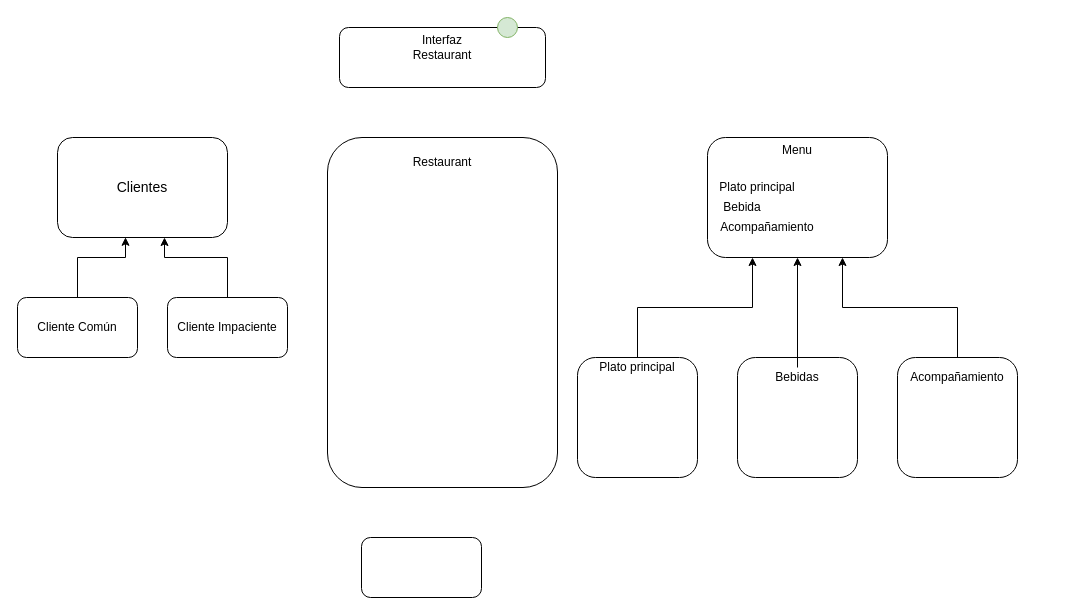
Before: Untitled Diagram.drawio in KevinCordoba/Proyecto_POO_1, a draw.io diagram. Source tidied: cells renumbered, new cells numbered last; positions are measured from the earlier drawing's top-left corner, leaving out a move shared by most shapes. Both pictures are drawn from the tidied source at 100%, with x=0, y=0 at pixel (17, 17).
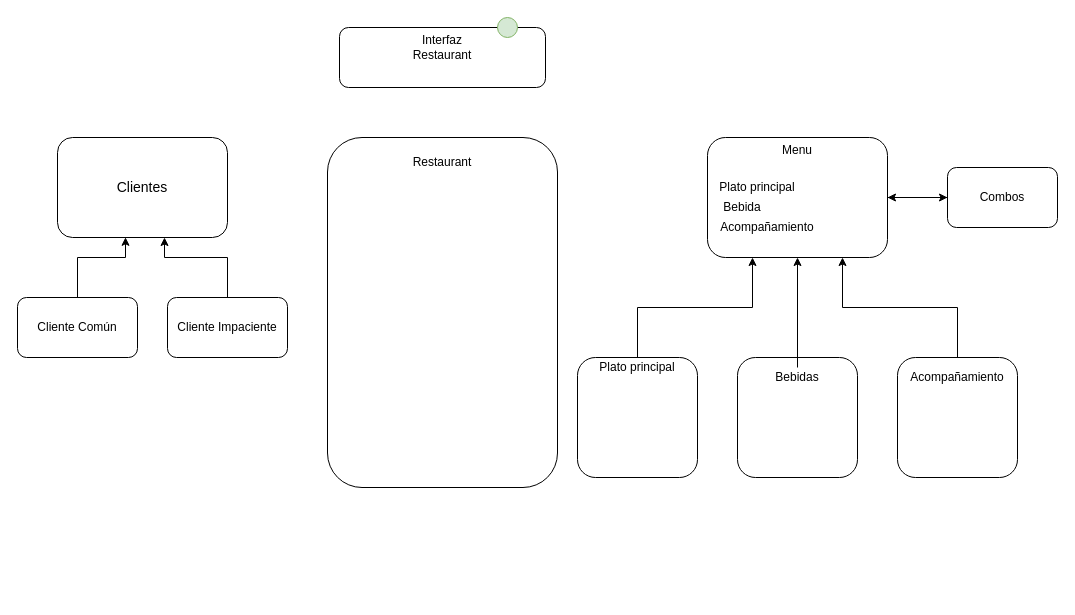
Above is the later version.

The change refers to these unchanged cells:
```xml
<mxCell id="7" style="rounded=1;whiteSpace=wrap;html=1;" parent="1" vertex="1">
  <mxGeometry x="690" y="120" width="180" height="120" as="geometry" />
</mxCell>
```

What changed in the source:
```diff
@@
+    <mxCell id="28" style="edgeStyle=orthogonalEdgeStyle;rounded=0;jettySize=auto;html=1;" parent="1" edge="1" source="7" target="14">
+      <mxGeometry relative="1" as="geometry" />
+    </mxCell>
@@
+    <mxCell id="29" style="edgeStyle=orthogonalEdgeStyle;rounded=0;jettySize=auto;html=1;entryX=1;entryY=0.5;entryDx=0;entryDy=0;" parent="1" edge="1" source="14" target="7">
+      <mxGeometry relative="1" as="geometry" />
+    </mxCell>
     <mxCell id="14" style="rounded=1;whiteSpace=wrap;html=1;" parent="1" vertex="1">
-      <mxGeometry x="344" y="520" width="120" height="60" as="geometry" />
+      <mxGeometry x="930" y="150" width="110" height="60" as="geometry" />
     </mxCell>
@@
+    <mxCell id="30" value="Combos" style="text;html=1;strokeColor=none;fillColor=none;align=center;verticalAlign=middle;whiteSpace=wrap;rounded=0;" parent="1" vertex="1">
+      <mxGeometry x="945" y="165" width="80" height="30" as="geometry" />
+    </mxCell>
```
